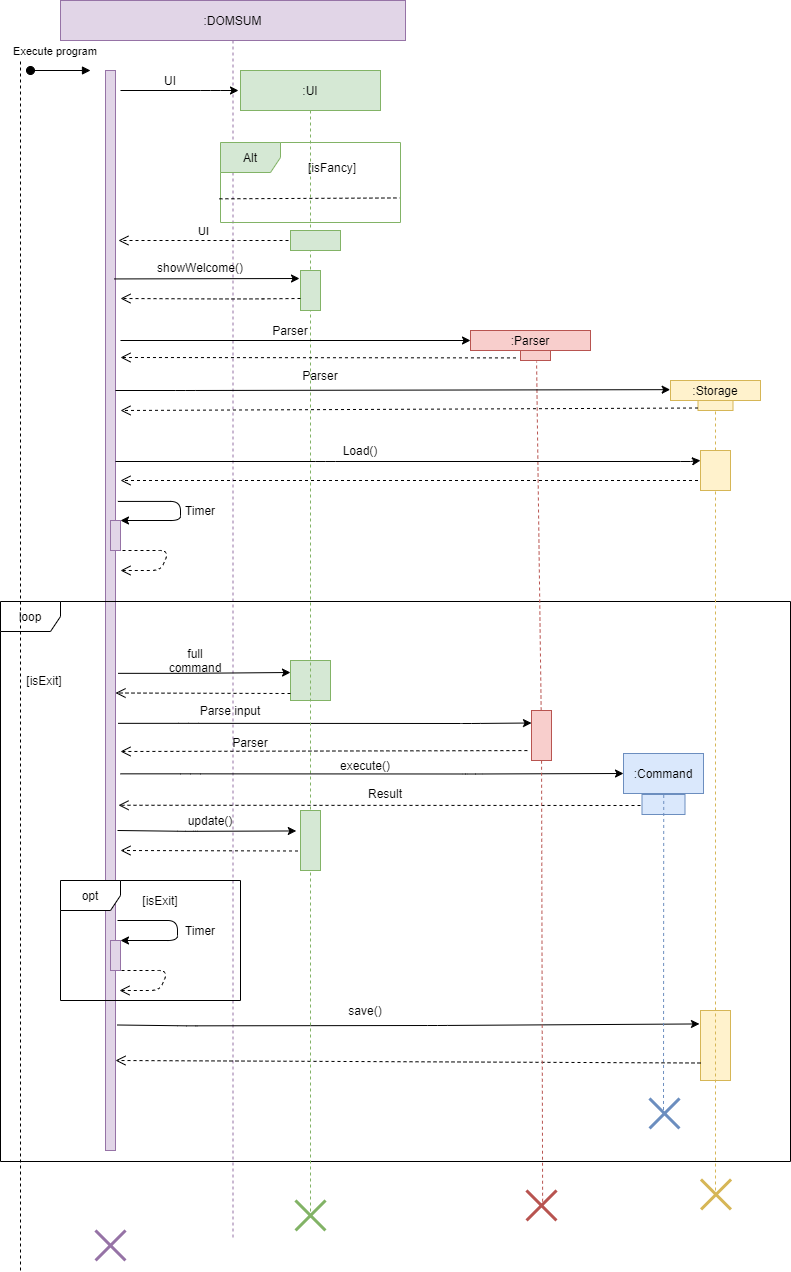
The draw.io diagram docs/Images/DOMSUM_Main_Flow.png in scjx123/tp, before a commit. Source tidied: cells renumbered, new cells last; positions are measured from the earlier drawing's top-left corner, leaving out a move shared by most shapes.
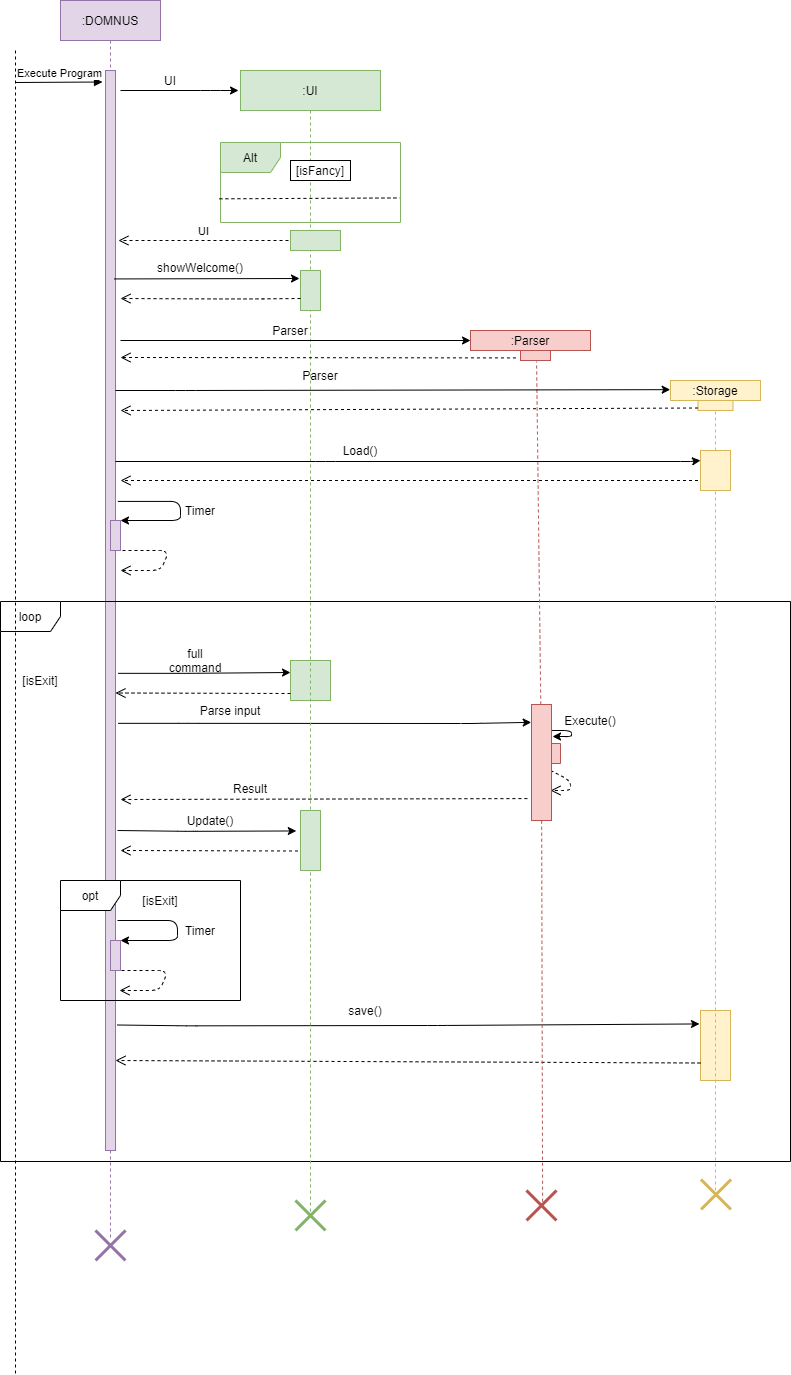
After the change.

Commit message:
Fix sequence diagram and extra \

What changed in the source:
```diff
@@ -2,8 +2,8 @@
   <root>
     <mxCell id="0" />
     <mxCell id="1" parent="0" />
-    <mxCell id="2" value=":DOMSUM" style="shape=umlLifeline;perimeter=lifelinePerimeter;rounded=0;shadow=0;strokeWidth=1;fillColor=#e1d5e7;strokeColor=#9673a6;glass=0;" parent="1" vertex="1">
-      <mxGeometry x="60" width="345" height="1240" as="geometry" />
+    <mxCell id="2" value=":DOMNUS" style="shape=umlLifeline;perimeter=lifelinePerimeter;rounded=0;shadow=0;strokeWidth=1;fillColor=#e1d5e7;strokeColor=#9673a6;" parent="1" vertex="1">
+      <mxGeometry x="60" width="100" height="1240" as="geometry" />
     </mxCell>
     <mxCell id="3" style="points=[];perimeter=orthogonalPerimeter;rounded=0;shadow=0;strokeWidth=1;fillColor=#e1d5e7;strokeColor=#9673a6;" parent="2" vertex="1">
       <mxGeometry x="45" y="70" width="10" height="1080" as="geometry" />
@@ -32,7 +32,7 @@
         <mxPoint x="55" y="692.5" as="targetPoint" />
       </mxGeometry>
     </mxCell>
-    <mxCell id="9" style="endArrow=classic;html=1;entryX=0;entryY=0.25;entryDx=0;entryDy=0;" parent="2" edge="1" target="71">
+    <mxCell id="9" style="endArrow=classic;html=1;entryX=-0.015;entryY=0.154;entryDx=0;entryDy=0;entryPerimeter=0;" parent="2" edge="1" target="71">
       <mxGeometry relative="1" as="geometry">
         <mxPoint x="57.6" y="722.8" as="sourcePoint" />
         <Array as="points">
@@ -44,14 +44,40 @@
     <mxCell id="10" value="Parse input" style="text;html=1;strokeColor=none;fillColor=none;align=center;verticalAlign=middle;whiteSpace=wrap;rounded=0;shadow=0;glass=0;sketch=0;" parent="2" vertex="1">
       <mxGeometry x="130" y="700" width="80" height="20" as="geometry" />
     </mxCell>
-    <mxCell id="11" style="verticalAlign=bottom;endArrow=open;dashed=1;endSize=8;shadow=0;strokeWidth=1;exitX=-0.205;exitY=0.811;exitDx=0;exitDy=0;exitPerimeter=0;" parent="2" edge="1">
+    <mxCell id="11" style="verticalAlign=bottom;endArrow=open;dashed=1;endSize=8;shadow=0;strokeWidth=1;exitX=-0.205;exitY=0.811;exitDx=0;exitDy=0;exitPerimeter=0;" parent="2" edge="1" source="71">
       <mxGeometry relative="1" as="geometry">
-        <mxPoint x="466.9" y="750.1" as="sourcePoint" />
-        <mxPoint x="60" y="751" as="targetPoint" />
+        <mxPoint x="60" y="799" as="targetPoint" />
       </mxGeometry>
     </mxCell>
+    <mxCell id="78" style="rounded=0;whiteSpace=wrap;html=1;shadow=0;glass=0;sketch=0;direction=south;fillColor=#f8cecc;strokeColor=#b85450;" parent="2" vertex="1">
+      <mxGeometry x="480" y="743" width="20" height="20" as="geometry" />
+    </mxCell>
+    <mxCell id="79" style="edgeStyle=elbowEdgeStyle;elbow=horizontal;endArrow=classic;html=1;entryX=1;entryY=0.25;entryDx=0;entryDy=0;" parent="2" edge="1">
+      <mxGeometry relative="1" as="geometry">
+        <mxPoint x="491" y="730" as="sourcePoint" />
+        <mxPoint x="492" y="736" as="targetPoint" />
+        <Array as="points">
+          <mxPoint x="511" y="730" />
+          <mxPoint x="501" y="748" />
+          <mxPoint x="571" y="748" />
+        </Array>
+      </mxGeometry>
+    </mxCell>
+    <mxCell id="80" value="Execute()" style="text;html=1;strokeColor=none;fillColor=none;align=center;verticalAlign=middle;whiteSpace=wrap;rounded=0;shadow=0;glass=0;sketch=0;" parent="2" vertex="1">
+      <mxGeometry x="510" y="710" width="40" height="20" as="geometry" />
+    </mxCell>
+    <mxCell id="81" style="verticalAlign=bottom;endArrow=open;dashed=1;endSize=8;shadow=0;strokeWidth=1;" parent="2" edge="1">
+      <mxGeometry relative="1" as="geometry">
+        <mxPoint x="490" y="770" as="sourcePoint" />
+        <mxPoint x="490" y="790" as="targetPoint" />
+        <Array as="points">
+          <mxPoint x="510" y="780" />
+          <mxPoint x="510" y="790" />
+        </Array>
+      </mxGeometry>
+    </mxCell>
-    <mxCell id="12" value="Parser" style="text;html=1;strokeColor=none;fillColor=none;align=center;verticalAlign=middle;whiteSpace=wrap;rounded=0;shadow=0;glass=0;sketch=0;" parent="2" vertex="1">
-      <mxGeometry x="170" y="732" width="40" height="20" as="geometry" />
+    <mxCell id="12" value="Result" style="text;html=1;strokeColor=none;fillColor=none;align=center;verticalAlign=middle;whiteSpace=wrap;rounded=0;shadow=0;glass=0;sketch=0;" parent="2" vertex="1">
+      <mxGeometry x="170" y="778" width="40" height="20" as="geometry" />
     </mxCell>
     <mxCell id="13" style="endArrow=classic;html=1;entryX=-0.211;entryY=0.341;entryDx=0;entryDy=0;entryPerimeter=0;" parent="2" edge="1" target="35">
       <mxGeometry relative="1" as="geometry">
@@ -61,7 +87,7 @@
         </Array>
       </mxGeometry>
     </mxCell>
-    <mxCell id="14" value="update()" style="text;html=1;strokeColor=none;fillColor=none;align=center;verticalAlign=middle;whiteSpace=wrap;rounded=0;shadow=0;glass=0;sketch=0;" parent="2" vertex="1">
+    <mxCell id="14" value="Update()" style="text;html=1;strokeColor=none;fillColor=none;align=center;verticalAlign=middle;whiteSpace=wrap;rounded=0;shadow=0;glass=0;sketch=0;" parent="2" vertex="1">
       <mxGeometry x="130" y="810" width="40" height="20" as="geometry" />
     </mxCell>
     <mxCell id="15" style="verticalAlign=bottom;endArrow=open;dashed=1;endSize=8;shadow=0;strokeWidth=1;" parent="2" edge="1">
@@ -121,30 +147,6 @@
         <mxPoint x="55" y="1060" as="targetPoint" />
       </mxGeometry>
     </mxCell>
-    <mxCell id="26" style="rounded=0;whiteSpace=wrap;html=1;fillColor=#dae8fc;strokeColor=#6c8ebf;" parent="2" vertex="1">
-      <mxGeometry x="581.5" y="794" width="43" height="20" as="geometry" />
-    </mxCell>
-    <mxCell id="27" style="endArrow=none;dashed=1;html=1;exitX=0.39;exitY=0.923;exitDx=0;exitDy=0;exitPerimeter=0;fillColor=#dae8fc;strokeColor=#6c8ebf;" parent="2" edge="1">
-      <mxGeometry relative="1" as="geometry">
-        <mxPoint x="603.3" y="764.5" as="sourcePoint" />
-        <mxPoint x="603" y="1113" as="targetPoint" />
-      </mxGeometry>
-    </mxCell>
-    <mxCell id="28" style="shape=umlDestroy;whiteSpace=wrap;html=1;strokeWidth=3;fillColor=#dae8fc;strokeColor=#6c8ebf;" parent="2" vertex="1">
-      <mxGeometry x="589" y="1098" width="30" height="30" as="geometry" />
-    </mxCell>
-    <mxCell id="29" style="verticalAlign=bottom;endArrow=open;dashed=1;endSize=8;shadow=0;strokeWidth=1;" parent="2" edge="1">
-      <mxGeometry relative="1" as="geometry">
-        <mxPoint x="580" y="805" as="sourcePoint" />
-        <mxPoint x="58" y="804.8" as="targetPoint" />
-      </mxGeometry>
-    </mxCell>
-    <mxCell id="30" value="execute()" style="text;html=1;strokeColor=none;fillColor=none;align=center;verticalAlign=middle;whiteSpace=wrap;rounded=0;shadow=0;glass=0;sketch=0;" parent="2" vertex="1">
-      <mxGeometry x="285" y="755" width="40" height="20" as="geometry" />
-    </mxCell>
-    <mxCell id="31" value="Result" style="text;html=1;strokeColor=none;fillColor=none;align=center;verticalAlign=middle;whiteSpace=wrap;rounded=0;shadow=0;glass=0;sketch=0;" parent="2" vertex="1">
-      <mxGeometry x="305" y="783" width="40" height="20" as="geometry" />
-    </mxCell>
     <mxCell id="32" value=":UI" style="shape=umlLifeline;perimeter=lifelinePerimeter;rounded=0;shadow=0;strokeWidth=1;fillColor=#d5e8d4;strokeColor=#82b366;" parent="1" vertex="1">
       <mxGeometry x="240" y="70" width="140" height="1150" as="geometry" />
     </mxCell>
@@ -160,15 +162,6 @@
     <mxCell id="36" style="shape=umlDestroy;whiteSpace=wrap;html=1;strokeWidth=3;rounded=0;shadow=0;glass=0;sketch=0;fillColor=#d5e8d4;strokeColor=#82b366;" parent="32" vertex="1">
       <mxGeometry x="55" y="1130" width="30" height="30" as="geometry" />
     </mxCell>
-    <mxCell id="37" style="endArrow=classic;html=1;entryX=0;entryY=0.5;entryDx=0;entryDy=0;" parent="32" edge="1" target="77">
-      <mxGeometry relative="1" as="geometry">
-        <mxPoint x="-120" y="703.3" as="sourcePoint" />
-        <Array as="points">
-          <mxPoint x="-49.9" y="703.3" />
-          <mxPoint x="232.4" y="703.5" />
-        </Array>
-      </mxGeometry>
-    </mxCell>
     <mxCell id="38" style="verticalAlign=bottom;endArrow=open;dashed=1;endSize=8;exitX=-0.151;exitY=0.742;shadow=0;strokeWidth=1;exitDx=0;exitDy=0;exitPerimeter=0;" parent="1" edge="1" source="54">
       <mxGeometry relative="1" as="geometry">
         <mxPoint x="120" y="357" as="targetPoint" />
@@ -186,22 +179,19 @@
     </mxCell>
     <mxCell id="40" style="endArrow=none;dashed=1;html=1;" parent="1" edge="1">
       <mxGeometry relative="1" as="geometry">
-        <mxPoint x="20" y="1270" as="sourcePoint" />
-        <mxPoint x="20" y="50" as="targetPoint" />
+        <mxPoint x="15" y="1373" as="sourcePoint" />
+        <mxPoint x="15" y="50" as="targetPoint" />
       </mxGeometry>
     </mxCell>
-    <mxCell id="41" value="Execute program" style="verticalAlign=bottom;startArrow=oval;endArrow=block;startSize=8;shadow=0;strokeWidth=1;" parent="1" edge="1">
-      <mxGeometry x="-0.17" y="10" relative="1" as="geometry">
-        <mxPoint x="30" y="70" as="sourcePoint" />
-        <mxPoint x="90" y="70" as="targetPoint" />
-      </mxGeometry>
-    </mxCell>
     <mxCell id="42" value="Alt" style="shape=umlFrame;whiteSpace=wrap;html=1;rounded=0;shadow=0;glass=0;sketch=0;fillColor=#d5e8d4;strokeColor=#82b366;" parent="1" vertex="1">
       <mxGeometry x="220" y="142" width="180" height="80" as="geometry" />
     </mxCell>
     <mxCell id="43" style="endArrow=none;dashed=1;html=1;exitX=-0.006;exitY=0.704;exitDx=0;exitDy=0;exitPerimeter=0;entryX=0.996;entryY=0.693;entryDx=0;entryDy=0;entryPerimeter=0;" parent="1" edge="1" source="42" target="42">
       <mxGeometry relative="1" as="geometry" />
     </mxCell>
+    <mxCell id="76" value="[isFancy]" style="rounded=0;whiteSpace=wrap;html=1;shadow=0;glass=0;sketch=0;" parent="1" vertex="1">
+      <mxGeometry x="290" y="160" width="60" height="20" as="geometry" />
+    </mxCell>
     <mxCell id="44" value=":Parser" style="rounded=0;whiteSpace=wrap;html=1;shadow=0;glass=0;sketch=0;fillColor=#f8cecc;strokeColor=#b85450;" parent="1" vertex="1">
       <mxGeometry x="470" y="330" width="120" height="20" as="geometry" />
     </mxCell>
@@ -335,10 +325,10 @@
       <mxGeometry x="180" y="500" width="40" height="20" as="geometry" />
     </mxCell>
     <mxCell id="70" value="[isExit]" style="text;html=1;strokeColor=none;fillColor=none;align=center;verticalAlign=middle;whiteSpace=wrap;rounded=0;shadow=0;glass=0;sketch=0;" parent="1" vertex="1">
-      <mxGeometry x="24" y="670" width="40" height="20" as="geometry" />
+      <mxGeometry x="20" y="670" width="40" height="20" as="geometry" />
     </mxCell>
     <mxCell id="71" style="rounded=0;whiteSpace=wrap;html=1;shadow=0;glass=0;sketch=0;fillColor=#f8cecc;strokeColor=#b85450;" parent="1" vertex="1">
-      <mxGeometry x="531" y="710" width="20" height="50" as="geometry" />
+      <mxGeometry x="531" y="704" width="20" height="116" as="geometry" />
     </mxCell>
     <mxCell id="72" style="endArrow=none;dashed=1;html=1;fillColor=#f8cecc;strokeColor=#b85450;exitX=0.543;exitY=0.51;exitDx=0;exitDy=0;exitPerimeter=0;" parent="1" edge="1" target="71">
       <mxGeometry relative="1" as="geometry">
@@ -354,11 +344,11 @@
     <mxCell id="75" style="shape=umlDestroy;whiteSpace=wrap;html=1;strokeWidth=3;rounded=0;shadow=0;glass=0;sketch=0;fillColor=#e1d5e7;strokeColor=#9673a6;" parent="1" vertex="1">
       <mxGeometry x="95" y="1230" width="30" height="30" as="geometry" />
     </mxCell>
-    <mxCell id="76" value="[isFancy]" style="text;html=1;strokeColor=none;fillColor=none;align=center;verticalAlign=middle;whiteSpace=wrap;rounded=0;" parent="1" vertex="1">
-      <mxGeometry x="312" y="157" width="40" height="20" as="geometry" />
-    </mxCell>
-    <mxCell id="77" value=":Command" style="rounded=0;whiteSpace=wrap;html=1;fillColor=#dae8fc;strokeColor=#6c8ebf;" parent="1" vertex="1">
-      <mxGeometry x="623" y="753" width="80" height="40" as="geometry" />
-    </mxCell>
+    <mxCell id="82" value="Execute Program" style="html=1;verticalAlign=bottom;endArrow=block;" parent="1" edge="1">
+      <mxGeometry relative="1" as="geometry">
+        <mxPoint x="15" y="82" as="sourcePoint" />
+        <mxPoint x="102" y="81.5" as="targetPoint" />
+      </mxGeometry>
+    </mxCell>
   </root>
 </mxGraphModel>
```
